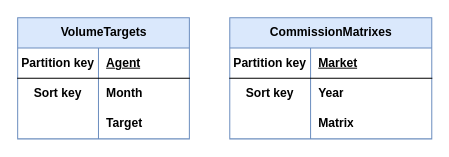
Before: database.drawio in Skyvell/bmw-commision-design, a draw.io diagram. Source tidied: cells renumbered, new cells numbered last; positions are measured from the earlier drawing's top-left corner, leaving out a move shared by most shapes. Both pictures are drawn from the tidied source at 101%, with x=0, y=0 at pixel (17, 17).
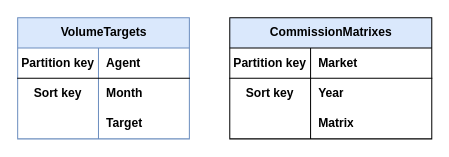
The same diagram, later.

Commit message (it also covers changes not shown here):
Database design, change image.

Unchanged cells that the change refers to:
```xml
<mxCell id="3" style="shape=tableRow;horizontal=0;startSize=0;swimlaneHead=0;swimlaneBody=0;fillColor=none;top=0;left=0;right=0;bottom=1;" parent="2" vertex="1">
  <mxGeometry y="30" width="170" height="30" as="geometry" />
</mxCell>
<mxCell id="13" style="shape=tableRow;horizontal=0;startSize=0;swimlaneHead=0;swimlaneBody=0;fillColor=none;top=0;left=0;right=0;bottom=1;" parent="12" vertex="1">
  <mxGeometry y="30" width="200" height="30" as="geometry" />
</mxCell>
```

What changed in the source:
```diff
@@
-    <mxCell id="5" value="Agent" style="shape=partialRectangle;fillColor=none;top=0;left=0;bottom=0;right=0;align=left;spacingLeft=6;fontStyle=5;overflow=hidden;whiteSpace=wrap;html=1;" parent="3" vertex="1">
+    <mxCell id="5" value="&lt;font face=&quot;Helvetica&quot;&gt;Agent&lt;/font&gt;" style="shape=partialRectangle;fillColor=none;top=0;left=0;bottom=0;right=0;align=left;spacingLeft=6;fontStyle=1;overflow=hidden;whiteSpace=wrap;html=1;" parent="3" vertex="1">
       <mxGeometry x="80" width="90" height="30" as="geometry" />
     </mxCell>
@@
-    <mxCell id="12" value="CommissionMatrixes" style="shape=table;startSize=30;childLayout=tableLayout;rowLines=0;fontStyle=1;align=center;html=1;fillColor=#dae8fc;strokeColor=#6c8ebf;" parent="1" vertex="1">
+    <mxCell id="12" value="CommissionMatrixes" style="shape=table;startSize=30;childLayout=tableLayout;rowLines=0;fontStyle=1;align=center;html=1;fillColor=#dae8fc;strokeColor=default;" parent="1" vertex="1">
       <mxGeometry x="210" width="200" height="120" as="geometry" />
     </mxCell>
@@
-    <mxCell id="15" value="Market" style="shape=partialRectangle;fillColor=none;top=0;left=0;bottom=0;right=0;align=left;spacingLeft=6;fontStyle=5;overflow=hidden;whiteSpace=wrap;html=1;" parent="13" vertex="1">
+    <mxCell id="15" value="Market" style="shape=partialRectangle;fillColor=none;top=0;left=0;bottom=0;right=0;align=left;spacingLeft=6;fontStyle=1;overflow=hidden;whiteSpace=wrap;html=1;strokeColor=default;" parent="13" vertex="1">
       <mxGeometry x="80" width="120" height="30" as="geometry" />
     </mxCell>
```
